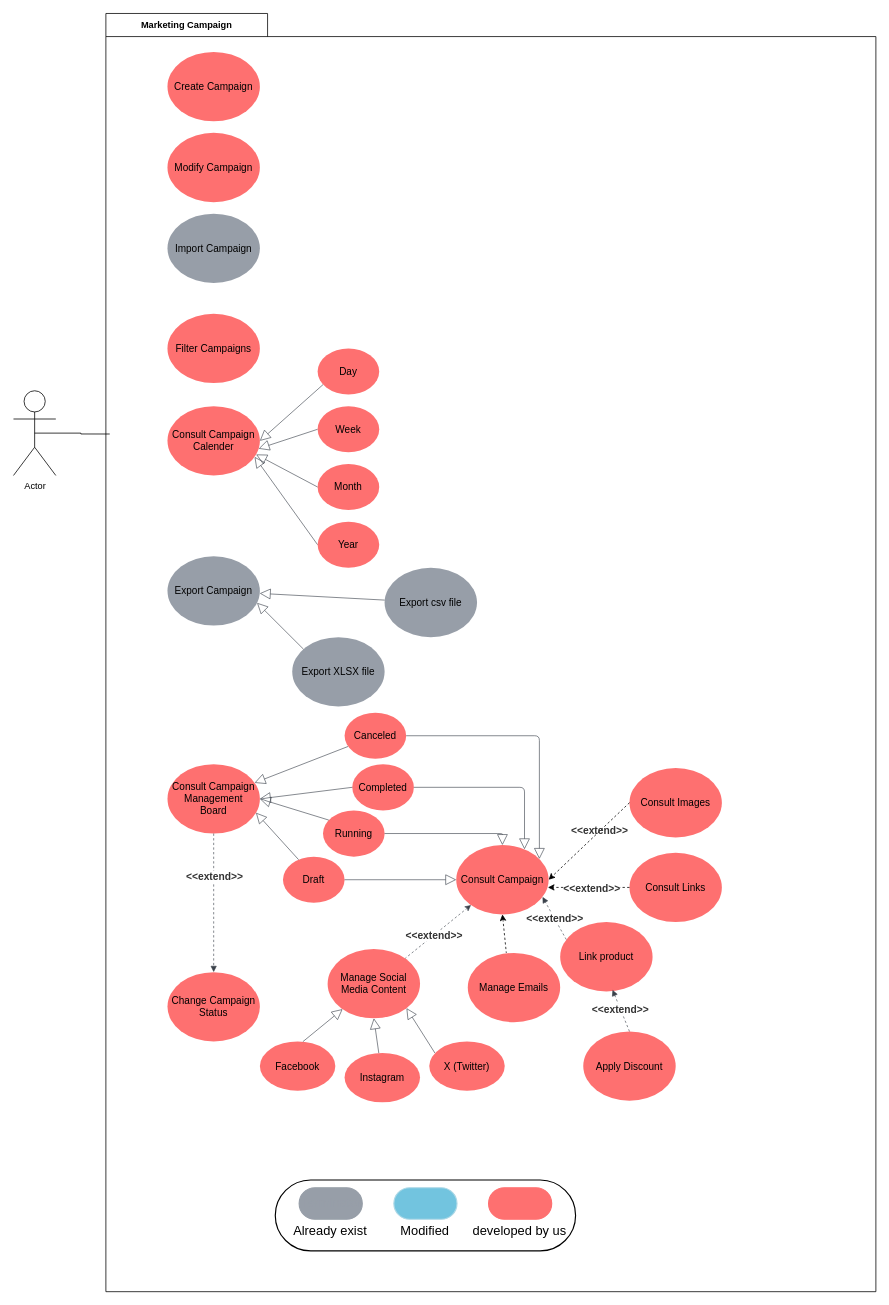
Earlier version of the draw.io diagram Untitled Diagram.drawio (oarouay/CV). Source tidied: cells renumbered, new cells numbered last; positions are measured from the earlier drawing's top-left corner, leaving out a move shared by most shapes. Both pictures are drawn from the tidied source at 77%, with x=0, y=0 at pixel (13, 13).
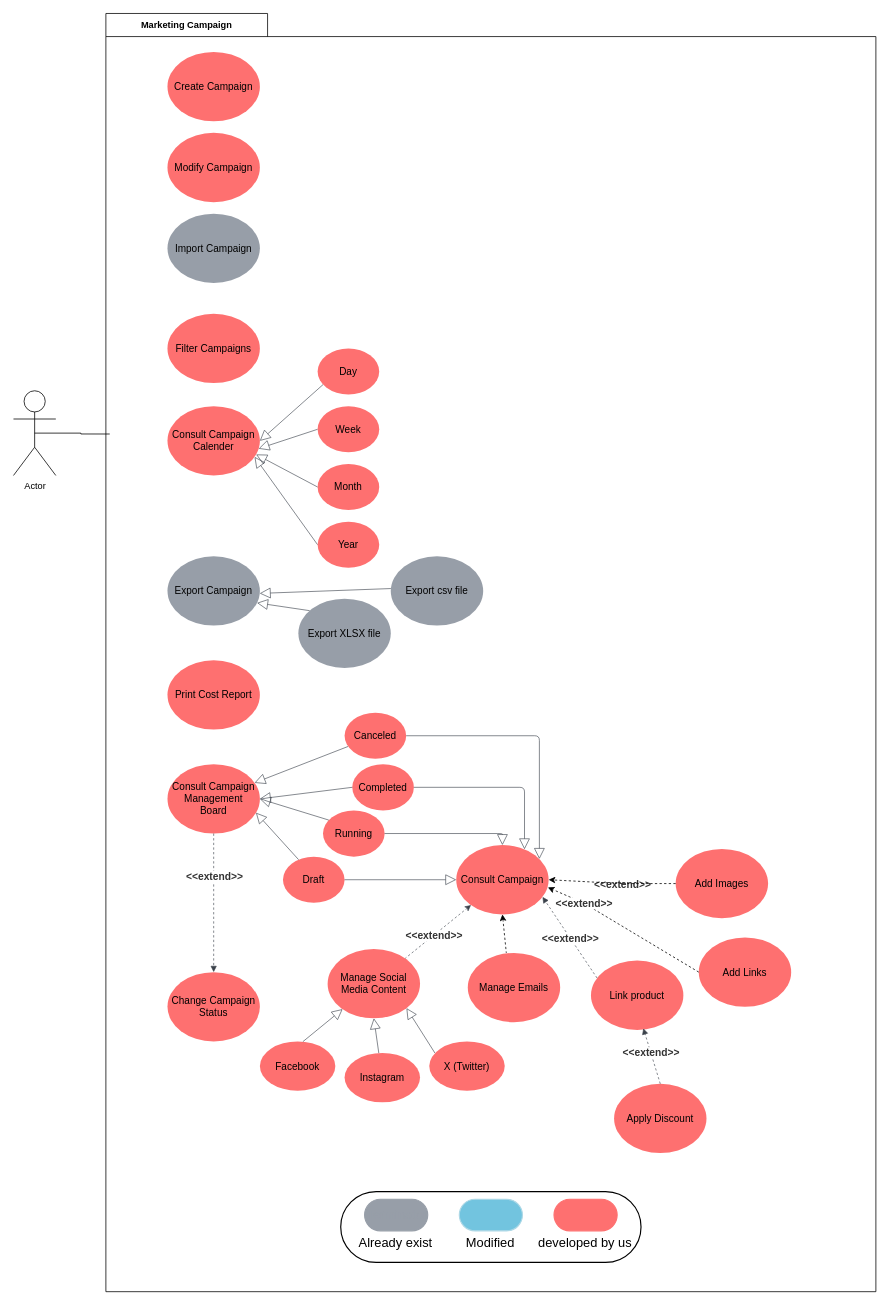
Above is the later version.

Unchanged cells that the change refers to:
```xml
<mxCell id="2" value="Marketing Campaign" style="shape=folder;fontStyle=1;tabWidth=210;tabHeight=30;tabPosition=left;html=1;boundedLbl=1;labelInHeader=1;whiteSpace=wrap;" parent="1" vertex="1">
  <mxGeometry x="120" width="1000" height="1660" as="geometry" />
</mxCell>
<mxCell id="49" value="Consult Campaign " style="html=1;overflow=block;blockSpacing=1;whiteSpace=wrap;ellipse;fontSize=13;spacing=3.8;strokeOpacity=0;fillOpacity=100;rounded=1;absoluteArcSize=1;arcSize=9;fillColor=#fe7070;strokeWidth=1.5;lucidId=7gJeOixB9azo;" parent="1" vertex="1">
  <mxGeometry x="575" y="1080" width="120" height="90" as="geometry" />
</mxCell>
```

What changed in the source:
```diff
@@
     <mxCell id="8" value="Link product" style="html=1;overflow=block;blockSpacing=1;whiteSpace=wrap;ellipse;fontSize=13;spacing=3.8;strokeOpacity=0;fillOpacity=100;rounded=1;absoluteArcSize=1;arcSize=9;fillColor=#fe7070;strokeWidth=1.5;lucidId=RZXeths-1Erw;" parent="2" vertex="1">
-      <mxGeometry x="590" y="1180" width="120" height="90" as="geometry" />
+      <mxGeometry x="630" y="1230" width="120" height="90" as="geometry" />
     </mxCell>
     <mxCell id="9" value="Apply Discount" style="html=1;overflow=block;blockSpacing=1;whiteSpace=wrap;ellipse;fontSize=13;spacing=3.8;strokeOpacity=0;fillOpacity=100;rounded=1;absoluteArcSize=1;arcSize=9;fillColor=#fe7070;strokeWidth=1.5;lucidId=Y0XeASHuEk6s;" parent="2" vertex="1">
-      <mxGeometry x="620" y="1322" width="120" height="90" as="geometry" />
+      <mxGeometry x="660" y="1390" width="120" height="90" as="geometry" />
     </mxCell>
@@
-    <mxCell id="12" value="Consult Links" style="html=1;overflow=block;blockSpacing=1;whiteSpace=wrap;ellipse;fontSize=13;spacing=3.8;strokeOpacity=0;fillOpacity=100;rounded=1;absoluteArcSize=1;arcSize=9;fillColor=#fe7070;strokeWidth=1.5;lucidId=RZXeths-1Erw;" parent="2" vertex="1">
-      <mxGeometry x="680" y="1090" width="120" height="90" as="geometry" />
+    <mxCell id="12" value="Add Links" style="html=1;overflow=block;blockSpacing=1;whiteSpace=wrap;ellipse;fontSize=13;spacing=3.8;strokeOpacity=0;fillOpacity=100;rounded=1;absoluteArcSize=1;arcSize=9;fillColor=#fe7070;strokeWidth=1.5;lucidId=RZXeths-1Erw;" parent="2" vertex="1">
+      <mxGeometry x="770" y="1200" width="120" height="90" as="geometry" />
     </mxCell>
-    <mxCell id="13" value="Consult Images" style="html=1;overflow=block;blockSpacing=1;whiteSpace=wrap;ellipse;fontSize=13;spacing=3.8;strokeOpacity=0;fillOpacity=100;rounded=1;absoluteArcSize=1;arcSize=9;fillColor=#fe7070;strokeWidth=1.5;lucidId=RZXeths-1Erw;" parent="2" vertex="1">
-      <mxGeometry x="680" y="980" width="120" height="90" as="geometry" />
+    <mxCell id="13" value="Add Images" style="html=1;overflow=block;blockSpacing=1;whiteSpace=wrap;ellipse;fontSize=13;spacing=3.8;strokeOpacity=0;fillOpacity=100;rounded=1;absoluteArcSize=1;arcSize=9;fillColor=#fe7070;strokeWidth=1.5;lucidId=RZXeths-1Erw;" parent="2" vertex="1">
+      <mxGeometry x="740" y="1085" width="120" height="90" as="geometry" />
     </mxCell>
+    <mxCell id="32" value="Export csv file" style="html=1;overflow=block;blockSpacing=1;whiteSpace=wrap;ellipse;fontSize=13;spacing=3.8;strokeOpacity=0;fillOpacity=100;rounded=1;absoluteArcSize=1;arcSize=9;fillColor=#979ea8;strokeWidth=1.5;lucidId=2WIeNPYyiRF.;" parent="2" vertex="1">
+      <mxGeometry x="370" y="705" width="120" height="90" as="geometry" />
+    </mxCell>
+    <mxCell id="33" value="Export XLSX file" style="html=1;overflow=block;blockSpacing=1;whiteSpace=wrap;ellipse;fontSize=13;spacing=3.8;strokeOpacity=0;fillOpacity=100;rounded=1;absoluteArcSize=1;arcSize=9;fillColor=#979ea8;strokeWidth=1.5;lucidId=oXIemN2lJ.WZ;" parent="2" vertex="1">
+      <mxGeometry x="250" y="760" width="120" height="90" as="geometry" />
+    </mxCell>
     <mxCell id="14" value="&amp;lt;&amp;lt;extend&amp;gt;&amp;gt;" style="text;html=1;labelBackgroundColor=default;align=center;verticalAlign=middle;fontStyle=1;fontColor=#333333;fontSize=13.3;" parent="2" vertex="1">
-      <mxGeometry x="640" y="1060" as="geometry" />
+      <mxGeometry x="670" y="1130" as="geometry" />
     </mxCell>
+    <mxCell id="72" style="rounded=0;jettySize=auto;html=1;exitX=0;exitY=0.5;exitDx=0;exitDy=0;entryX=1;entryY=0.5;entryDx=0;entryDy=0;dashed=1;endArrow=none;startFill=0;" parent="2" edge="1" source="13" target="14">
+      <mxGeometry relative="1" as="geometry" />
+    </mxCell>
+    <mxCell id="73" value="Print Cost Report" style="html=1;overflow=block;blockSpacing=1;whiteSpace=wrap;ellipse;fontSize=13;spacing=3.8;strokeOpacity=0;fillOpacity=100;rounded=1;absoluteArcSize=1;arcSize=9;fillColor=#fe7070;strokeWidth=1.5;lucidId=~xIeha3OeAVz;" parent="2" vertex="1">
+      <mxGeometry x="80" y="840" width="120" height="90" as="geometry" />
+    </mxCell>
-    <mxCell id="15" style="html=1;overflow=block;blockSpacing=1;whiteSpace=wrap;fontSize=16.7;fontColor=default;spacing=3.8;strokeOpacity=100;fillOpacity=100;rounded=1;absoluteArcSize=1;arcSize=162;fillColor=#ffffff;strokeWidth=1.5;lucidId=qHtdmG4HjMHo;" parent="1" vertex="1">
-      <mxGeometry x="340" y="1515" width="390" height="92" as="geometry" />
+    <mxCell id="15" style="html=1;overflow=block;blockSpacing=1;whiteSpace=wrap;fontSize=16.7;fontColor=default;spacing=3.8;strokeOpacity=100;fillOpacity=100;rounded=1;absoluteArcSize=1;arcSize=162;fillColor=#ffffff;strokeWidth=1.5;lucidId=qHtdmG4HjMHo;" parent="2" vertex="1">
+      <mxGeometry x="305" y="1530" width="390" height="92" as="geometry" />
     </mxCell>
@@
-    <mxCell id="32" value="Export csv file" style="html=1;overflow=block;blockSpacing=1;whiteSpace=wrap;ellipse;fontSize=13;spacing=3.8;strokeOpacity=0;fillOpacity=100;rounded=1;absoluteArcSize=1;arcSize=9;fillColor=#979ea8;strokeWidth=1.5;lucidId=2WIeNPYyiRF.;" parent="1" vertex="1">
-      <mxGeometry x="482" y="720" width="120" height="90" as="geometry" />
-    </mxCell>
-    <mxCell id="33" value="Export XLSX file" style="html=1;overflow=block;blockSpacing=1;whiteSpace=wrap;ellipse;fontSize=13;spacing=3.8;strokeOpacity=0;fillOpacity=100;rounded=1;absoluteArcSize=1;arcSize=9;fillColor=#979ea8;strokeWidth=1.5;lucidId=oXIemN2lJ.WZ;" parent="1" vertex="1">
-      <mxGeometry x="362" y="810" width="120" height="90" as="geometry" />
-    </mxCell>
@@
-    <mxCell id="68" style="rounded=0;jettySize=auto;html=1;exitX=0;exitY=0.5;exitDx=0;exitDy=0;entryX=1;entryY=0.5;entryDx=0;entryDy=0;dashed=1;" parent="1" edge="1" source="13" target="49">
+    <mxCell id="68" style="rounded=0;jettySize=auto;html=1;exitX=0;exitY=0.5;exitDx=0;exitDy=0;entryX=1;entryY=0.5;entryDx=0;entryDy=0;dashed=1;" parent="1" edge="1" source="14" target="49">
       <mxGeometry relative="1" as="geometry" />
     </mxCell>
@@
     <mxCell id="71" value="&amp;lt;&amp;lt;extend&amp;gt;&amp;gt;" style="text;html=1;labelBackgroundColor=default;align=center;verticalAlign=middle;fontStyle=1;fontColor=#333333;fontSize=13.3;" parent="1" vertex="1">
-      <mxGeometry x="750" y="1135" as="geometry" />
+      <mxGeometry x="740" y="1155" as="geometry" />
     </mxCell>
```
